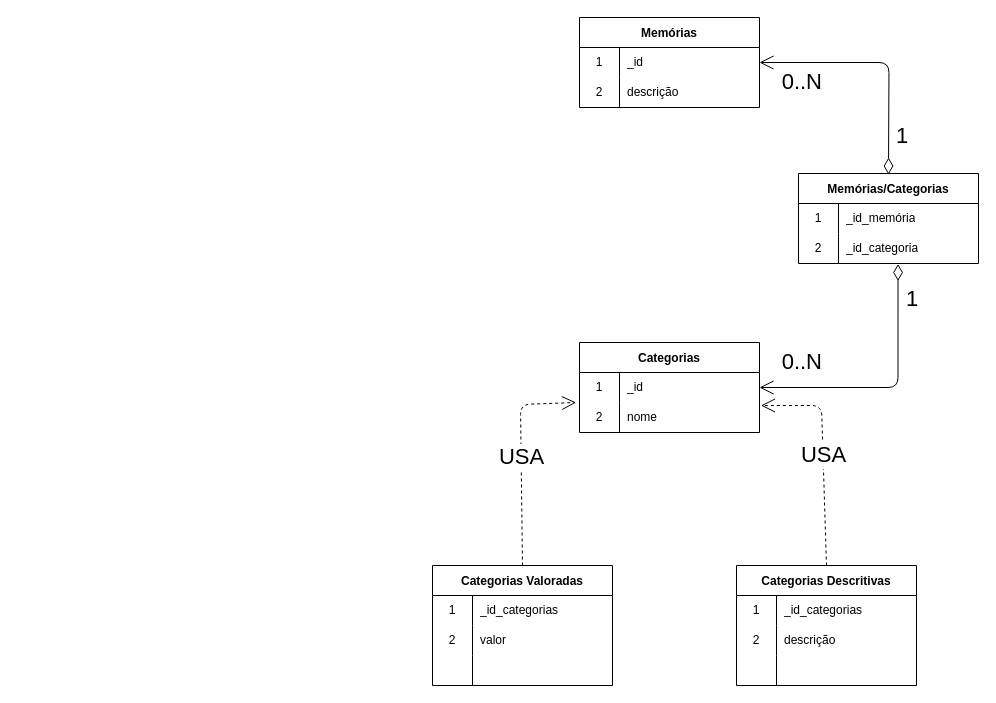
This is docs/diagrama_de_dados_aurora.drawio from marvinho-tn/aurora, a draw.io file, before an edit. Source tidied: cells renumbered, new cells numbered last; positions are measured from the earlier drawing's top-left corner, leaving out a move shared by most shapes. Both pictures are drawn from the tidied source at 100%, with x=0, y=0 at pixel (432, 17).
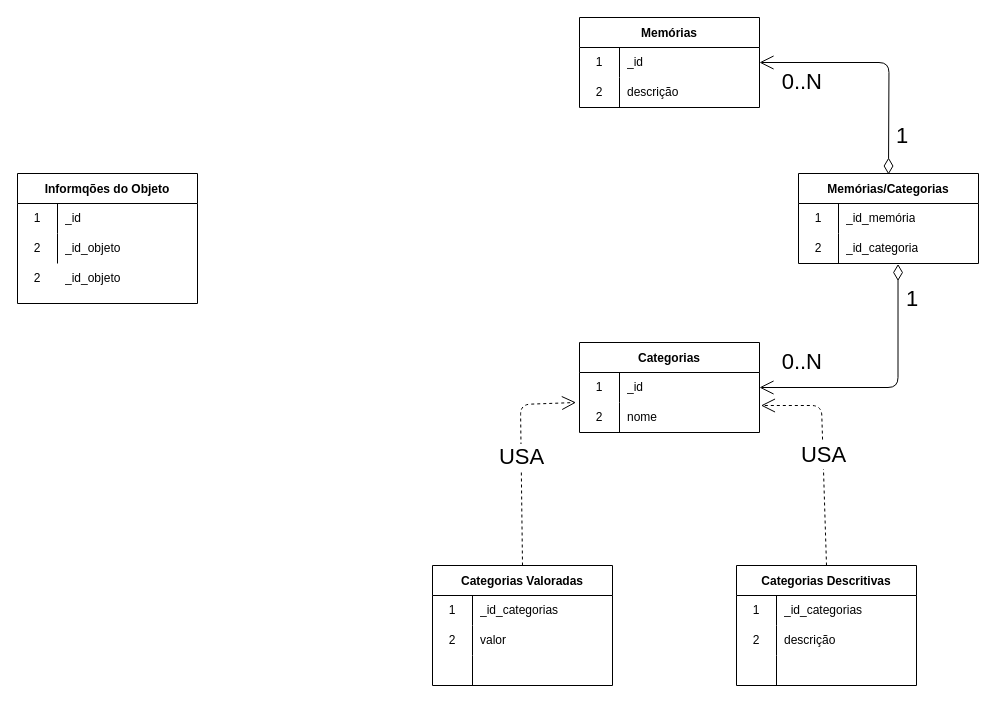
After the change.

Diff of the diagram source:
```diff
@@
+    <mxCell id="51" value="Informqões do Objeto" style="shape=table;startSize=30;childLayout=tableLayout;rowLines=0;fontStyle=1;" parent="1" vertex="1">
+      <mxGeometry x="-415" y="156" width="180" height="130" as="geometry" />
+    </mxCell>
+    <mxCell id="52" style="shape=tableRow;horizontal=0;startSize=0;swimlaneHead=0;swimlaneBody=0;top=0;left=0;bottom=0;right=0;fillColor=none;" parent="51" vertex="1">
+      <mxGeometry y="30" width="180" height="30" as="geometry" />
+    </mxCell>
+    <mxCell id="53" value="1" style="shape=partialRectangle;html=1;whiteSpace=wrap;fillColor=none;top=0;left=0;bottom=0;right=0;overflow=hidden;" parent="52" vertex="1">
+      <mxGeometry width="40" height="30" as="geometry" />
+    </mxCell>
+    <mxCell id="54" value="_id" style="shape=partialRectangle;html=1;whiteSpace=wrap;fillColor=none;top=0;left=0;bottom=0;right=0;align=left;spacingLeft=6;overflow=hidden;" parent="52" vertex="1">
+      <mxGeometry x="40" width="140" height="30" as="geometry" />
+    </mxCell>
+    <mxCell id="55" style="shape=tableRow;horizontal=0;startSize=0;swimlaneHead=0;swimlaneBody=0;top=0;left=0;bottom=0;right=0;fillColor=none;" parent="51" vertex="1">
+      <mxGeometry y="60" width="180" height="30" as="geometry" />
+    </mxCell>
+    <mxCell id="56" value="2" style="shape=partialRectangle;html=1;whiteSpace=wrap;fillColor=none;top=0;left=0;bottom=0;right=0;overflow=hidden;" parent="55" vertex="1">
+      <mxGeometry width="40" height="30" as="geometry" />
+    </mxCell>
+    <mxCell id="57" value="_id_objeto" style="shape=partialRectangle;html=1;whiteSpace=wrap;fillColor=none;top=0;left=0;bottom=0;right=0;align=left;spacingLeft=6;overflow=hidden;" parent="55" vertex="1">
+      <mxGeometry x="40" width="140" height="30" as="geometry" />
+    </mxCell>
+    <mxCell id="58" value="2" style="shape=partialRectangle;html=1;whiteSpace=wrap;fillColor=none;top=0;left=0;bottom=0;right=0;overflow=hidden;" parent="1" vertex="1">
+      <mxGeometry x="-415" y="246" width="40" height="30" as="geometry" />
+    </mxCell>
+    <mxCell id="59" value="_id_objeto" style="shape=partialRectangle;html=1;whiteSpace=wrap;fillColor=none;top=0;left=0;bottom=0;right=0;align=left;spacingLeft=6;overflow=hidden;" parent="1" vertex="1">
+      <mxGeometry x="-375" y="246" width="140" height="30" as="geometry" />
+    </mxCell>
```
